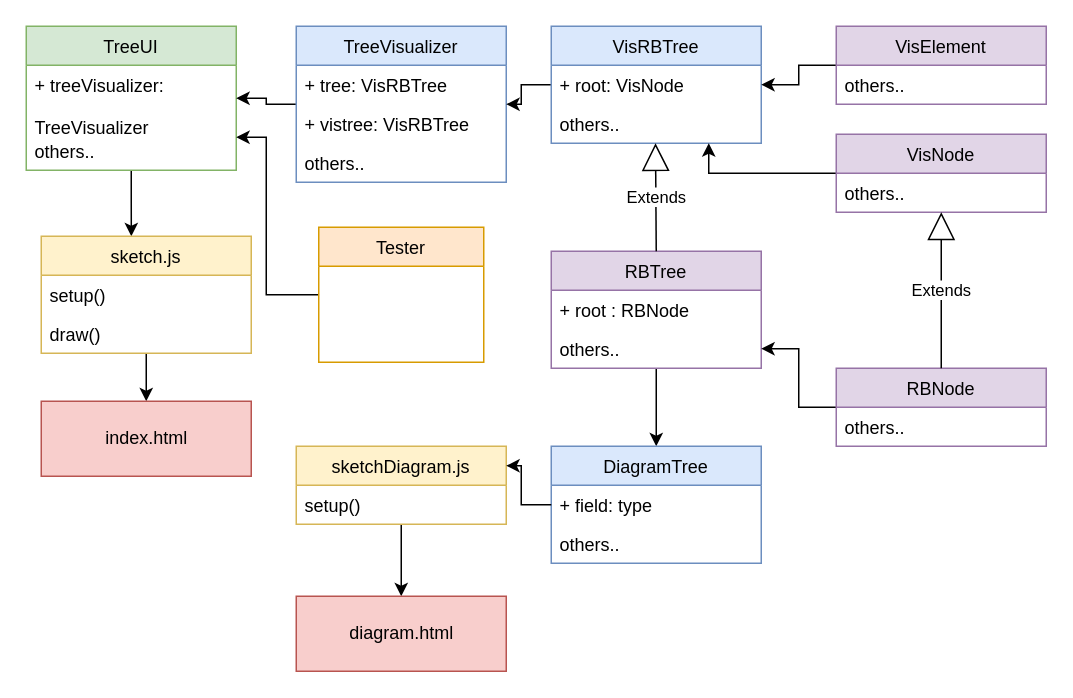
Above: page "Classes" (4 of 9) of classes.drawio in Gaber97/RBTree (draw.io), before the change. Source tidied: cells renumbered, new cells numbered last; positions are measured from the earlier drawing's top-left corner, leaving out a move shared by most shapes. Both pictures are drawn from the tidied source at 150%, with x=0, y=0 at pixel (26, 26).
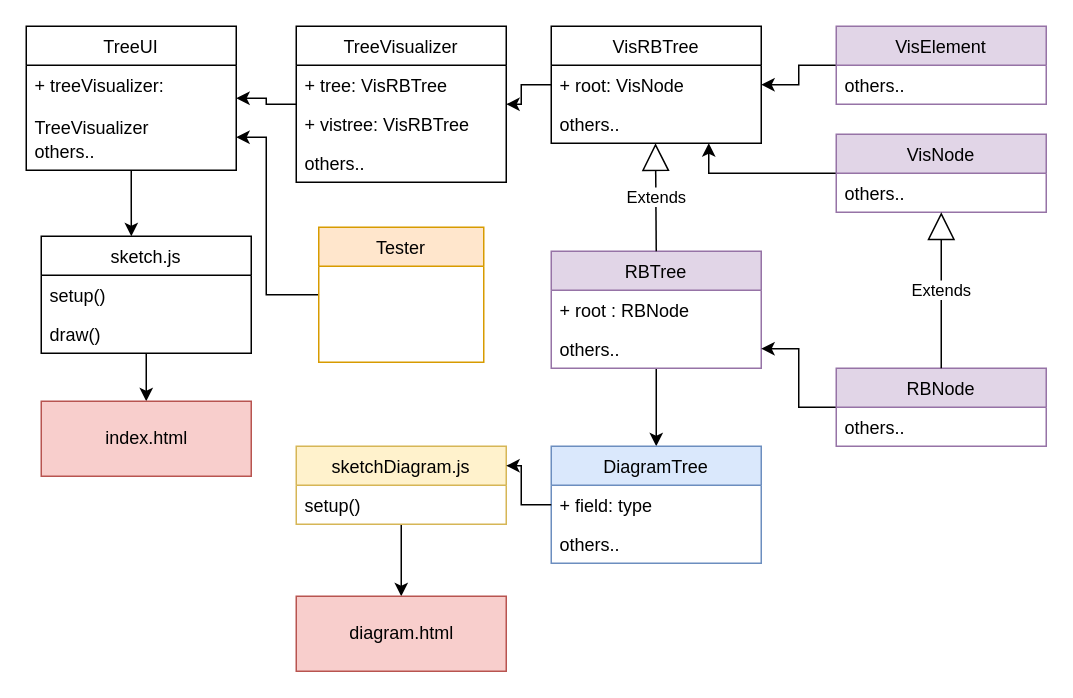
The same diagram, later.

Change to the diagram source:
```diff
@@
-    <mxCell id="3" value="TreeUI" style="swimlane;fontStyle=0;horizontal=1;startSize=26;fillColor=#d5e8d4;strokeColor=#82b366;" parent="1" vertex="1">
+    <mxCell id="3" value="TreeUI" style="swimlane;fontStyle=0;horizontal=1;startSize=26;" parent="1" vertex="1">
       <mxGeometry width="140" height="96" as="geometry" />
     </mxCell>
@@
-    <mxCell id="7" value="TreeVisualizer" style="swimlane;fontStyle=0;horizontal=1;startSize=26;fillColor=#dae8fc;strokeColor=#6c8ebf;" parent="1" vertex="1">
+    <mxCell id="7" value="TreeVisualizer" style="swimlane;fontStyle=0;horizontal=1;startSize=26;" parent="1" vertex="1">
       <mxGeometry x="180" width="140" height="104" as="geometry" />
     </mxCell>
@@
-    <mxCell id="12" value="VisRBTree" style="swimlane;fontStyle=0;horizontal=1;startSize=26;fillColor=#dae8fc;strokeColor=#6c8ebf;" parent="1" vertex="1">
+    <mxCell id="12" value="VisRBTree" style="swimlane;fontStyle=0;horizontal=1;startSize=26;" parent="1" vertex="1">
       <mxGeometry x="350" width="140" height="78" as="geometry" />
     </mxCell>
@@
-    <mxCell id="35" value="sketch.js" style="swimlane;fontStyle=0;horizontal=1;startSize=26;fillColor=#fff2cc;strokeColor=#d6b656;" parent="1" vertex="1">
+    <mxCell id="35" value="sketch.js" style="swimlane;fontStyle=0;horizontal=1;startSize=26;" parent="1" vertex="1">
       <mxGeometry x="10" y="140" width="140" height="78" as="geometry" />
     </mxCell>
```
